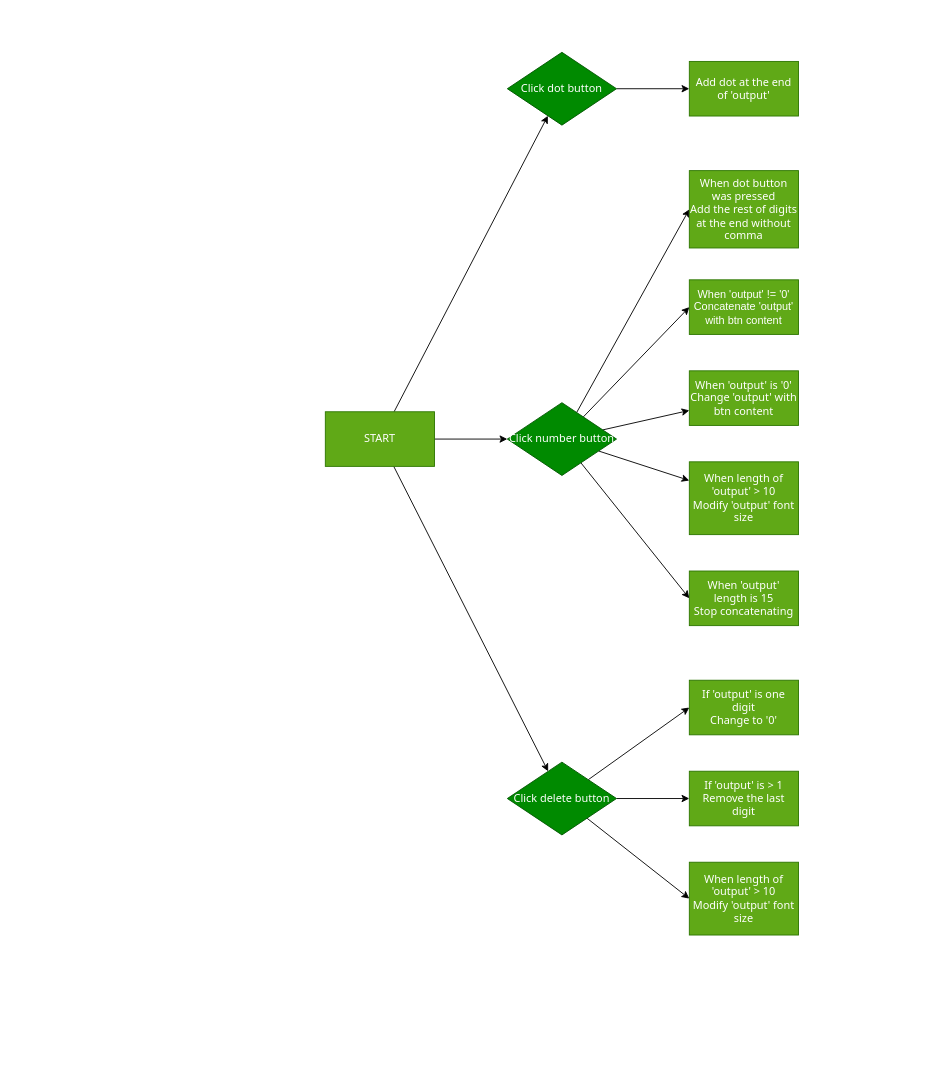
Earlier version of the draw.io diagram flowchart.drawio (CVOvidiu/Calculator-Project). Source tidied: cells renumbered, new cells numbered last; positions are measured from the earlier drawing's top-left corner, leaving out a move shared by most shapes. Both pictures are drawn from the tidied source at 91%, with x=0, y=0 at pixel (325, 52).
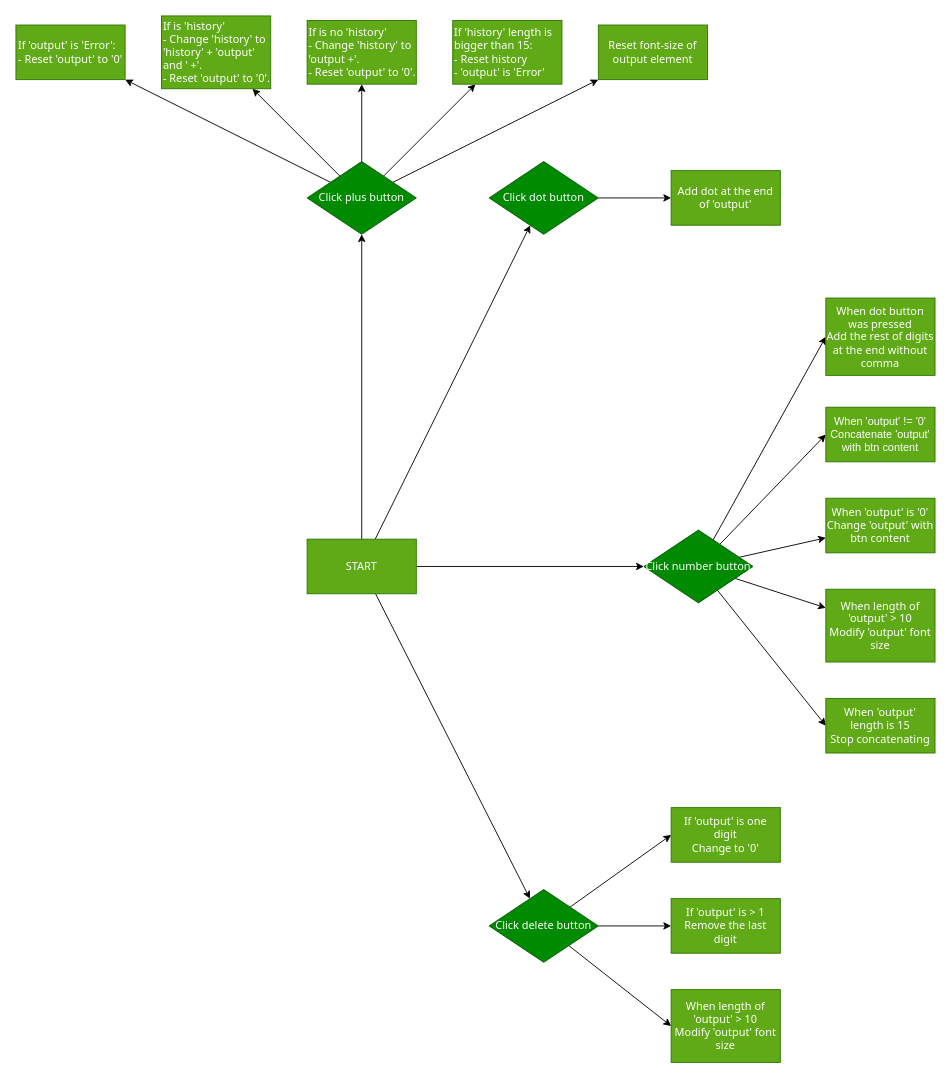
The same diagram, later.

Commit message (it also covers changes not shown here):
Refactored and added new functionality to plus button

What changed in the source:
```diff
@@
+    <mxCell id="27" style="edgeStyle=none;html=1;" parent="1" edge="1" source="5" target="33">
+      <mxGeometry relative="1" as="geometry" />
+    </mxCell>
     <mxCell id="5" value="START" style="whiteSpace=wrap;html=1;fontFamily=Tahoma;fillColor=#60a917;fontColor=#ffffff;strokeColor=#2D7600;" parent="1" vertex="1">
-      <mxGeometry y="395" width="120" height="60" as="geometry" />
+      <mxGeometry x="-20" y="535" width="120" height="60" as="geometry" />
     </mxCell>
@@
     <mxCell id="11" value="Click number button" style="rhombus;whiteSpace=wrap;html=1;fontFamily=Tahoma;fillColor=#008a00;strokeColor=#005700;fontColor=#ffffff;" parent="1" vertex="1">
-      <mxGeometry x="200" y="385" width="120" height="80" as="geometry" />
+      <mxGeometry x="350" y="525" width="120" height="80" as="geometry" />
     </mxCell>
     <mxCell id="12" value="When 'output' is '0'&lt;br&gt;Change 'output' with btn content" style="whiteSpace=wrap;html=1;fontFamily=Tahoma;fillColor=#60a917;strokeColor=#2D7600;fontColor=#ffffff;" parent="1" vertex="1">
-      <mxGeometry x="400" y="350" width="120" height="60" as="geometry" />
+      <mxGeometry x="550" y="490" width="120" height="60" as="geometry" />
     </mxCell>
     <mxCell id="13" value="When 'output' != '0'&lt;br&gt;Concatenate 'output' with btn content" style="whiteSpace=wrap;html=1;fillColor=#60a917;fontColor=#ffffff;strokeColor=#2D7600;" parent="1" vertex="1">
-      <mxGeometry x="400" y="250" width="120" height="60" as="geometry" />
+      <mxGeometry x="550" y="390" width="120" height="60" as="geometry" />
     </mxCell>
     <mxCell id="14" value="When length of 'output' &amp;gt; 10&lt;br&gt;Modify 'output' font size" style="whiteSpace=wrap;html=1;fontFamily=Tahoma;fillColor=#60a917;strokeColor=#2D7600;fontColor=#ffffff;" parent="1" vertex="1">
-      <mxGeometry x="400" y="450" width="120" height="80" as="geometry" />
+      <mxGeometry x="550" y="590" width="120" height="80" as="geometry" />
     </mxCell>
     <mxCell id="15" value="When 'output' length is 15&lt;br&gt;Stop concatenating" style="whiteSpace=wrap;html=1;fontFamily=Tahoma;fillColor=#60a917;strokeColor=#2D7600;fontColor=#ffffff;" parent="1" vertex="1">
-      <mxGeometry x="400" y="570" width="120" height="60" as="geometry" />
+      <mxGeometry x="550" y="710" width="120" height="60" as="geometry" />
     </mxCell>
@@
     <mxCell id="19" value="Click delete button" style="rhombus;whiteSpace=wrap;html=1;fontFamily=Tahoma;fillColor=#008a00;strokeColor=#005700;fontColor=#ffffff;" parent="1" vertex="1">
-      <mxGeometry x="200" y="780" width="120" height="80" as="geometry" />
+      <mxGeometry x="180" y="920" width="120" height="80" as="geometry" />
     </mxCell>
     <mxCell id="20" value="If 'output' is one digit&lt;br&gt;Change to '0'" style="whiteSpace=wrap;html=1;fontFamily=Tahoma;fillColor=#60a917;strokeColor=#2D7600;fontColor=#ffffff;" parent="1" vertex="1">
-      <mxGeometry x="400" y="690" width="120" height="60" as="geometry" />
+      <mxGeometry x="380" y="830" width="120" height="60" as="geometry" />
     </mxCell>
     <mxCell id="21" value="If 'output' is &amp;gt; 1&lt;br&gt;Remove the last digit" style="whiteSpace=wrap;html=1;fontFamily=Tahoma;fillColor=#60a917;strokeColor=#2D7600;fontColor=#ffffff;" parent="1" vertex="1">
-      <mxGeometry x="400" y="790" width="120" height="60" as="geometry" />
+      <mxGeometry x="380" y="930" width="120" height="60" as="geometry" />
     </mxCell>
     <mxCell id="22" value="When length of 'output' &amp;gt; 10&lt;br&gt;Modify 'output' font size" style="whiteSpace=wrap;html=1;fontFamily=Tahoma;fillColor=#60a917;strokeColor=#2D7600;fontColor=#ffffff;" parent="1" vertex="1">
-      <mxGeometry x="400" y="890" width="120" height="80" as="geometry" />
+      <mxGeometry x="380" y="1030" width="120" height="80" as="geometry" />
     </mxCell>
@@
     <mxCell id="24" value="Click dot button" style="rhombus;whiteSpace=wrap;html=1;fontFamily=Tahoma;fillColor=#008a00;strokeColor=#005700;fontColor=#ffffff;" parent="1" vertex="1">
-      <mxGeometry x="200" width="120" height="80" as="geometry" />
+      <mxGeometry x="180" y="120" width="120" height="80" as="geometry" />
     </mxCell>
     <mxCell id="25" value="Add dot at the end of 'output'" style="whiteSpace=wrap;html=1;fontFamily=Tahoma;fillColor=#60a917;strokeColor=#2D7600;fontColor=#ffffff;" parent="1" vertex="1">
-      <mxGeometry x="400" y="10" width="120" height="60" as="geometry" />
+      <mxGeometry x="380" y="130" width="120" height="60" as="geometry" />
     </mxCell>
     <mxCell id="26" value="When dot button was pressed&lt;br&gt;Add the rest of digits at the end without comma" style="whiteSpace=wrap;html=1;fontFamily=Tahoma;fillColor=#60a917;strokeColor=#2D7600;fontColor=#ffffff;" parent="1" vertex="1">
-      <mxGeometry x="400" y="130" width="120" height="85" as="geometry" />
+      <mxGeometry x="550" y="270" width="120" height="85" as="geometry" />
     </mxCell>
+    <mxCell id="28" style="edgeStyle=none;html=1;" parent="1" edge="1" source="33" target="34">
+      <mxGeometry relative="1" as="geometry" />
+    </mxCell>
+    <mxCell id="29" style="edgeStyle=none;html=1;" parent="1" edge="1" source="33" target="35">
+      <mxGeometry relative="1" as="geometry" />
+    </mxCell>
+    <mxCell id="30" style="edgeStyle=none;html=1;" parent="1" edge="1" source="33" target="36">
+      <mxGeometry relative="1" as="geometry" />
+    </mxCell>
+    <mxCell id="31" style="edgeStyle=none;html=1;" parent="1" edge="1" source="33" target="37">
+      <mxGeometry relative="1" as="geometry" />
+    </mxCell>
+    <mxCell id="32" style="edgeStyle=none;html=1;" parent="1" edge="1" source="33" target="38">
+      <mxGeometry relative="1" as="geometry" />
+    </mxCell>
+    <mxCell id="33" value="Click plus button" style="rhombus;whiteSpace=wrap;html=1;fontFamily=Tahoma;fillColor=#008a00;strokeColor=#005700;fontColor=#ffffff;" parent="1" vertex="1">
+      <mxGeometry x="-20" y="120" width="120" height="80" as="geometry" />
+    </mxCell>
+    <mxCell id="34" value="If is no 'history'&lt;br&gt;- Change 'history' to 'output +'.&lt;br&gt;- Reset 'output' to '0'." style="whiteSpace=wrap;html=1;fontFamily=Tahoma;fillColor=#60a917;strokeColor=#2D7600;fontColor=#ffffff;align=left;" parent="1" vertex="1">
+      <mxGeometry x="-20" y="-35" width="120" height="70" as="geometry" />
+    </mxCell>
+    <mxCell id="35" value="If is 'history'&lt;br&gt;- Change 'history' to 'history' + 'output' and ' +'.&lt;br&gt;- Reset 'output' to '0'." style="whiteSpace=wrap;html=1;fontFamily=Tahoma;fillColor=#60a917;strokeColor=#2D7600;fontColor=#ffffff;align=left;" parent="1" vertex="1">
+      <mxGeometry x="-180" y="-40" width="120" height="80" as="geometry" />
+    </mxCell>
+    <mxCell id="36" value="If 'history' length is bigger than 15:&lt;br&gt;- Reset history&lt;br&gt;- 'output' is 'Error'" style="whiteSpace=wrap;html=1;fontFamily=Tahoma;fillColor=#60a917;strokeColor=#2D7600;fontColor=#ffffff;align=left;" parent="1" vertex="1">
+      <mxGeometry x="140" y="-35" width="120" height="70" as="geometry" />
+    </mxCell>
+    <mxCell id="37" value="&lt;div style=&quot;text-align: left&quot;&gt;&lt;span&gt;If 'output' is 'Error':&lt;br&gt;- Reset 'output' to '0'&lt;/span&gt;&lt;/div&gt;" style="whiteSpace=wrap;html=1;fontFamily=Tahoma;fillColor=#60a917;strokeColor=#2D7600;fontColor=#ffffff;" parent="1" vertex="1">
+      <mxGeometry x="-340" y="-30" width="120" height="60" as="geometry" />
+    </mxCell>
+    <mxCell id="38" value="Reset font-size of output element" style="whiteSpace=wrap;html=1;fontFamily=Tahoma;fillColor=#60a917;strokeColor=#2D7600;fontColor=#ffffff;" parent="1" vertex="1">
+      <mxGeometry x="300" y="-30" width="120" height="60" as="geometry" />
+    </mxCell>
```
